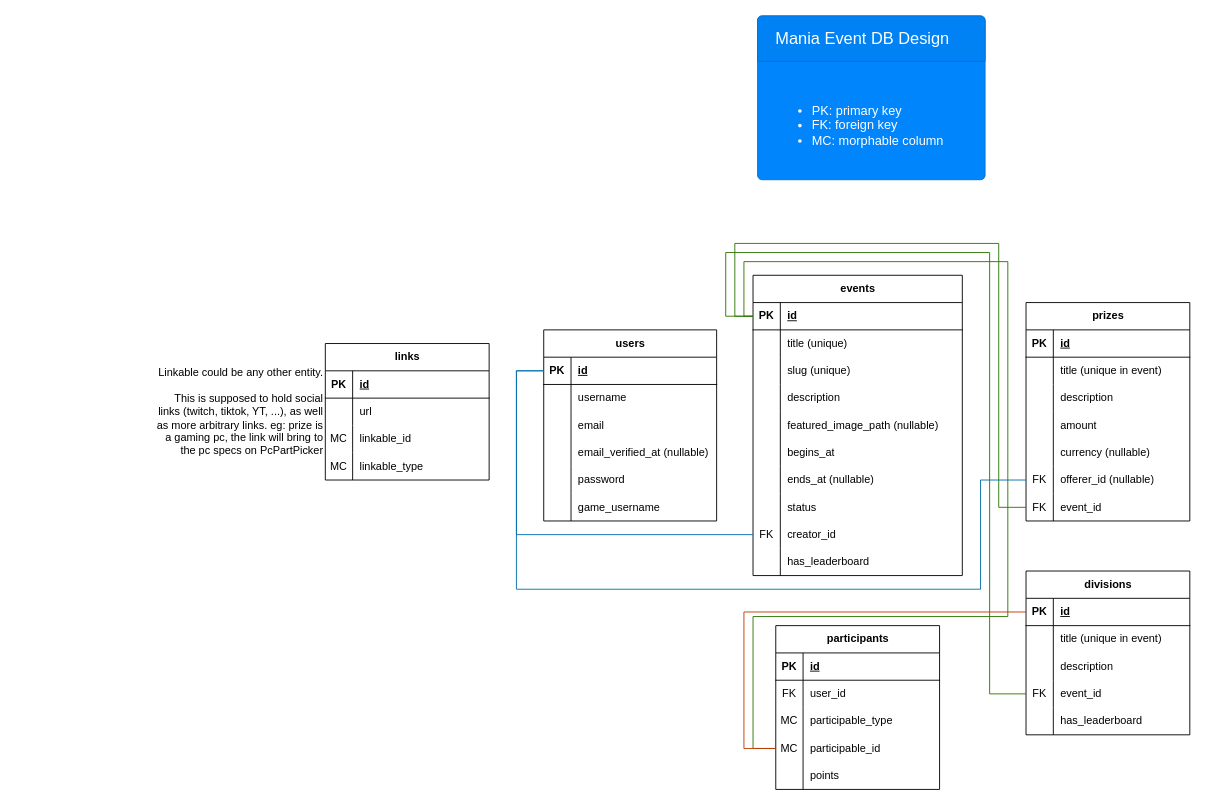
Earlier version of the draw.io diagram docs/db.drawio (Talpx1/ManiaEvents). Source tidied: cells renumbered, new cells numbered last; positions are measured from the earlier drawing's top-left corner, leaving out a move shared by most shapes. Both pictures are drawn from the tidied source at 91%, with x=0, y=0 at pixel (152, 15).
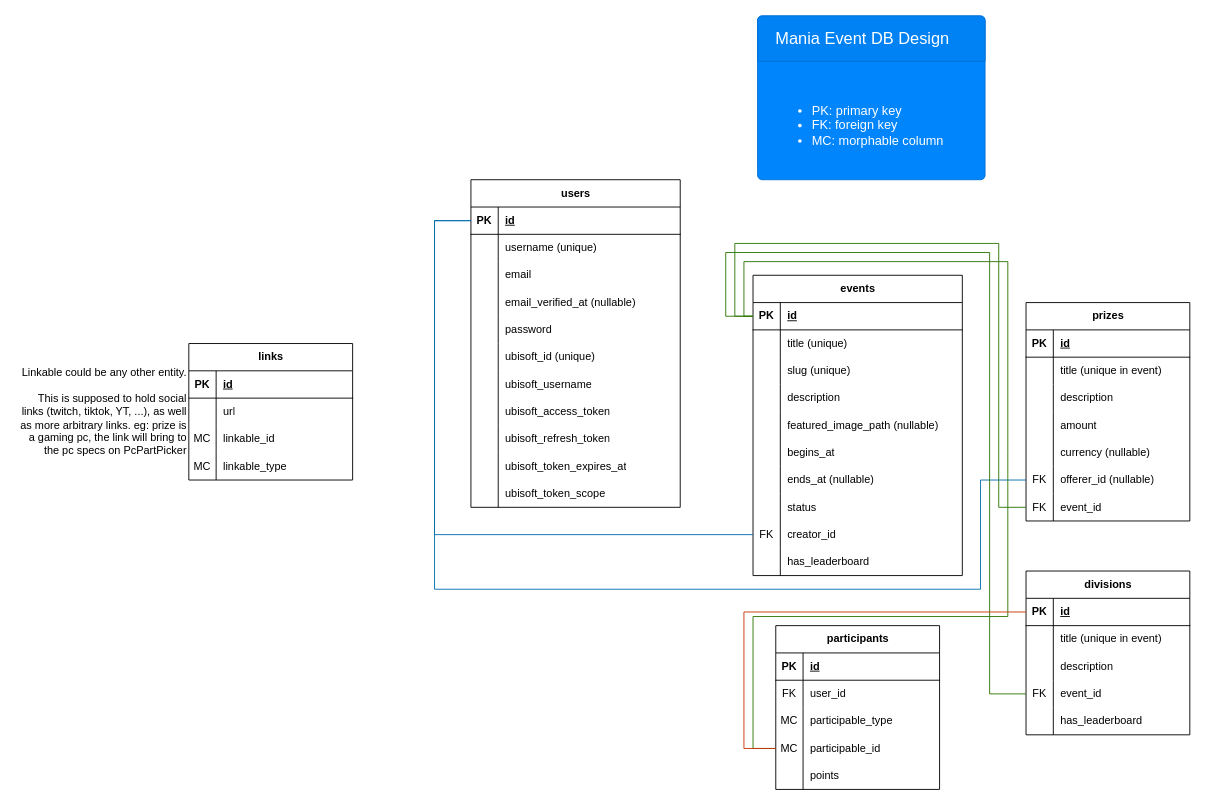
The same page after the edit.

Commit message:
docs: improved db design planning for future login with ubisoft

Unchanged cells that the change refers to:
```xml
<mxCell id="27" style="shape=tableRow;horizontal=0;startSize=0;swimlaneHead=0;swimlaneBody=0;fillColor=none;points=[[0,0.5],[1,0.5]];portConstraint=eastwest;top=0;left=0;right=0;bottom=0;" parent="2" vertex="1">
  <mxGeometry y="270" width="230" height="30" as="geometry" />
</mxCell>
<mxCell id="69" style="shape=tableRow;horizontal=0;startSize=0;swimlaneHead=0;swimlaneBody=0;fillColor=none;points=[[0,0.5],[1,0.5]];portConstraint=eastwest;top=0;left=0;right=0;bottom=0;" parent="53" vertex="1">
  <mxGeometry y="180" width="180" height="30" as="geometry" />
</mxCell>
```

The edit, as a diff of the source:
```diff
@@
     <mxCell id="33" value="users" style="shape=table;startSize=30;childLayout=tableLayout;rowLines=0;fontStyle=1;align=center;html=1;" parent="1" vertex="1">
-      <mxGeometry x="430" y="345" width="190" height="210" as="geometry" />
+      <mxGeometry x="350" y="180" width="230" height="360" as="geometry" />
     </mxCell>
     <mxCell id="34" style="shape=tableRow;horizontal=0;startSize=0;swimlaneHead=0;swimlaneBody=0;fillColor=none;points=[[0,0.5],[1,0.5]];portConstraint=eastwest;top=0;left=0;right=0;bottom=1;" parent="33" vertex="1">
-      <mxGeometry y="30" width="190" height="30" as="geometry" />
+      <mxGeometry y="30" width="230" height="30" as="geometry" />
     </mxCell>
@@
     <mxCell id="36" value="id" style="shape=partialRectangle;fillColor=none;top=0;left=0;bottom=0;right=0;align=left;spacingLeft=6;fontStyle=5;overflow=hidden;whiteSpace=wrap;html=1;" parent="34" vertex="1">
-      <mxGeometry x="30" width="160" height="30" as="geometry" />
+      <mxGeometry x="30" width="200" height="30" as="geometry" />
     </mxCell>
     <mxCell id="37" style="shape=tableRow;horizontal=0;startSize=0;swimlaneHead=0;swimlaneBody=0;fillColor=none;top=0;left=0;right=0;bottom=0;" parent="33" vertex="1">
-      <mxGeometry y="60" width="190" height="30" as="geometry" />
+      <mxGeometry y="60" width="230" height="30" as="geometry" />
     </mxCell>
@@
-    <mxCell id="39" value="username" style="shape=partialRectangle;fillColor=none;top=0;left=0;bottom=0;right=0;align=left;spacingLeft=6;overflow=hidden;whiteSpace=wrap;html=1;" parent="37" vertex="1">
-      <mxGeometry x="30" width="160" height="30" as="geometry" />
+    <mxCell id="39" value="username (unique)" style="shape=partialRectangle;fillColor=none;top=0;left=0;bottom=0;right=0;align=left;spacingLeft=6;overflow=hidden;whiteSpace=wrap;html=1;" parent="37" vertex="1">
+      <mxGeometry x="30" width="200" height="30" as="geometry" />
     </mxCell>
     <mxCell id="40" style="shape=tableRow;horizontal=0;startSize=0;swimlaneHead=0;swimlaneBody=0;fillColor=none;top=0;left=0;right=0;bottom=0;" parent="33" vertex="1">
-      <mxGeometry y="90" width="190" height="30" as="geometry" />
+      <mxGeometry y="90" width="230" height="30" as="geometry" />
     </mxCell>
@@
     <mxCell id="42" value="email" style="shape=partialRectangle;fillColor=none;top=0;left=0;bottom=0;right=0;align=left;spacingLeft=6;overflow=hidden;whiteSpace=wrap;html=1;" parent="40" vertex="1">
-      <mxGeometry x="30" width="160" height="30" as="geometry" />
+      <mxGeometry x="30" width="200" height="30" as="geometry" />
     </mxCell>
     <mxCell id="43" style="shape=tableRow;horizontal=0;startSize=0;swimlaneHead=0;swimlaneBody=0;fillColor=none;top=0;left=0;right=0;bottom=0;" parent="33" vertex="1">
-      <mxGeometry y="120" width="190" height="30" as="geometry" />
+      <mxGeometry y="120" width="230" height="30" as="geometry" />
     </mxCell>
@@
     <mxCell id="45" value="email_verified_at (nullable)" style="shape=partialRectangle;fillColor=none;top=0;left=0;bottom=0;right=0;align=left;spacingLeft=6;overflow=hidden;whiteSpace=wrap;html=1;" parent="43" vertex="1">
-      <mxGeometry x="30" width="160" height="30" as="geometry" />
+      <mxGeometry x="30" width="200" height="30" as="geometry" />
     </mxCell>
     <mxCell id="46" style="shape=tableRow;horizontal=0;startSize=0;swimlaneHead=0;swimlaneBody=0;fillColor=none;top=0;left=0;right=0;bottom=0;" parent="33" vertex="1">
-      <mxGeometry y="150" width="190" height="30" as="geometry" />
+      <mxGeometry y="150" width="230" height="30" as="geometry" />
     </mxCell>
@@
     <mxCell id="48" value="password" style="shape=partialRectangle;fillColor=none;top=0;left=0;bottom=0;right=0;align=left;spacingLeft=6;overflow=hidden;whiteSpace=wrap;html=1;" parent="46" vertex="1">
-      <mxGeometry x="30" width="160" height="30" as="geometry" />
+      <mxGeometry x="30" width="200" height="30" as="geometry" />
     </mxCell>
     <mxCell id="49" style="shape=tableRow;horizontal=0;startSize=0;swimlaneHead=0;swimlaneBody=0;fillColor=none;top=0;left=0;right=0;bottom=0;" parent="33" vertex="1">
-      <mxGeometry y="180" width="190" height="30" as="geometry" />
+      <mxGeometry y="180" width="230" height="30" as="geometry" />
     </mxCell>
@@
-    <mxCell id="51" value="game_username" style="shape=partialRectangle;fillColor=none;top=0;left=0;bottom=0;right=0;align=left;spacingLeft=6;overflow=hidden;whiteSpace=wrap;html=1;" parent="49" vertex="1">
-      <mxGeometry x="30" width="160" height="30" as="geometry" />
+    <mxCell id="51" value="ubisoft_id (unique)" style="shape=partialRectangle;fillColor=none;top=0;left=0;bottom=0;right=0;align=left;spacingLeft=6;overflow=hidden;whiteSpace=wrap;html=1;" parent="49" vertex="1">
+      <mxGeometry x="30" width="200" height="30" as="geometry" />
     </mxCell>
+    <mxCell id="128" style="shape=tableRow;horizontal=0;startSize=0;swimlaneHead=0;swimlaneBody=0;fillColor=none;top=0;left=0;right=0;bottom=0;" parent="33" vertex="1">
+      <mxGeometry y="210" width="230" height="30" as="geometry" />
+    </mxCell>
+    <mxCell id="129" style="shape=partialRectangle;fillColor=none;top=0;left=0;bottom=0;right=0;overflow=hidden;whiteSpace=wrap;html=1;" parent="128" vertex="1">
+      <mxGeometry width="30" height="30" as="geometry" />
+    </mxCell>
+    <mxCell id="130" value="ubisoft_username" style="shape=partialRectangle;fillColor=none;top=0;left=0;bottom=0;right=0;align=left;spacingLeft=6;overflow=hidden;whiteSpace=wrap;html=1;" parent="128" vertex="1">
+      <mxGeometry x="30" width="200" height="30" as="geometry" />
+    </mxCell>
+    <mxCell id="131" style="shape=tableRow;horizontal=0;startSize=0;swimlaneHead=0;swimlaneBody=0;fillColor=none;top=0;left=0;right=0;bottom=0;" parent="33" vertex="1">
+      <mxGeometry y="240" width="230" height="30" as="geometry" />
+    </mxCell>
+    <mxCell id="132" style="shape=partialRectangle;fillColor=none;top=0;left=0;bottom=0;right=0;overflow=hidden;whiteSpace=wrap;html=1;" parent="131" vertex="1">
+      <mxGeometry width="30" height="30" as="geometry" />
+    </mxCell>
+    <mxCell id="133" value="ubisoft_access_token" style="shape=partialRectangle;fillColor=none;top=0;left=0;bottom=0;right=0;align=left;spacingLeft=6;overflow=hidden;whiteSpace=wrap;html=1;" parent="131" vertex="1">
+      <mxGeometry x="30" width="200" height="30" as="geometry" />
+    </mxCell>
+    <mxCell id="134" style="shape=tableRow;horizontal=0;startSize=0;swimlaneHead=0;swimlaneBody=0;fillColor=none;top=0;left=0;right=0;bottom=0;" parent="33" vertex="1">
+      <mxGeometry y="270" width="230" height="30" as="geometry" />
+    </mxCell>
+    <mxCell id="135" style="shape=partialRectangle;fillColor=none;top=0;left=0;bottom=0;right=0;overflow=hidden;whiteSpace=wrap;html=1;" parent="134" vertex="1">
+      <mxGeometry width="30" height="30" as="geometry" />
+    </mxCell>
+    <mxCell id="136" value="ubisoft_refresh_token" style="shape=partialRectangle;fillColor=none;top=0;left=0;bottom=0;right=0;align=left;spacingLeft=6;overflow=hidden;whiteSpace=wrap;html=1;" parent="134" vertex="1">
+      <mxGeometry x="30" width="200" height="30" as="geometry" />
+    </mxCell>
+    <mxCell id="137" style="shape=tableRow;horizontal=0;startSize=0;swimlaneHead=0;swimlaneBody=0;fillColor=none;top=0;left=0;right=0;bottom=0;" parent="33" vertex="1">
+      <mxGeometry y="300" width="230" height="30" as="geometry" />
+    </mxCell>
+    <mxCell id="138" style="shape=partialRectangle;fillColor=none;top=0;left=0;bottom=0;right=0;overflow=hidden;whiteSpace=wrap;html=1;" parent="137" vertex="1">
+      <mxGeometry width="30" height="30" as="geometry" />
+    </mxCell>
+    <mxCell id="139" value="ubisoft_token_expires_at" style="shape=partialRectangle;fillColor=none;top=0;left=0;bottom=0;right=0;align=left;spacingLeft=6;overflow=hidden;whiteSpace=wrap;html=1;" parent="137" vertex="1">
+      <mxGeometry x="30" width="200" height="30" as="geometry" />
+    </mxCell>
+    <mxCell id="140" style="shape=tableRow;horizontal=0;startSize=0;swimlaneHead=0;swimlaneBody=0;fillColor=none;top=0;left=0;right=0;bottom=0;" parent="33" vertex="1">
+      <mxGeometry y="330" width="230" height="30" as="geometry" />
+    </mxCell>
+    <mxCell id="141" style="shape=partialRectangle;fillColor=none;top=0;left=0;bottom=0;right=0;overflow=hidden;whiteSpace=wrap;html=1;" parent="140" vertex="1">
+      <mxGeometry width="30" height="30" as="geometry" />
+    </mxCell>
+    <mxCell id="142" value="ubisoft_token_scope" style="shape=partialRectangle;fillColor=none;top=0;left=0;bottom=0;right=0;align=left;spacingLeft=6;overflow=hidden;whiteSpace=wrap;html=1;" parent="140" vertex="1">
+      <mxGeometry x="30" width="200" height="30" as="geometry" />
+    </mxCell>
     <mxCell id="52" style="endArrow=none;html=1;rounded=0;entryX=0;entryY=0.5;entryDx=0;entryDy=0;exitX=0;exitY=0.5;exitDx=0;exitDy=0;fillColor=#1ba1e2;strokeColor=#006EAF;" parent="1" edge="1" source="34" target="27">
       <mxGeometry relative="1" as="geometry">
         <Array as="points">
-          <mxPoint x="400" y="390" />
-          <mxPoint x="400" y="570" />
+          <mxPoint x="310" y="225" />
+          <mxPoint x="310" y="570" />
         </Array>
       </mxGeometry>
     </mxCell>
@@
     <mxCell id="76" style="endArrow=none;html=1;rounded=0;entryX=0;entryY=0.5;entryDx=0;entryDy=0;exitX=0;exitY=0.5;exitDx=0;exitDy=0;fillColor=#1ba1e2;strokeColor=#006EAF;" parent="1" edge="1" source="34" target="69">
       <mxGeometry relative="1" as="geometry">
         <Array as="points">
-          <mxPoint x="400" y="390" />
-          <mxPoint x="400" y="630" />
+          <mxPoint x="310" y="225" />
+          <mxPoint x="310" y="630" />
           <mxPoint x="910" y="630" />
           <mxPoint x="910" y="510" />
         </Array>
       </mxGeometry>
     </mxCell>
@@
     <mxCell id="114" value="links" style="shape=table;startSize=30;childLayout=tableLayout;rowLines=0;fontStyle=1;align=center;html=1;" parent="1" vertex="1">
-      <mxGeometry x="190" y="360" width="180" height="150" as="geometry" />
+      <mxGeometry x="40" y="360" width="180" height="150" as="geometry" />
     </mxCell>
@@
     <mxCell id="127" value="&lt;font style=&quot;color: light-dark(rgb(0, 0, 0), rgb(255, 255, 255));&quot;&gt;Linkable could be any other entity.&lt;/font&gt;&lt;div&gt;&lt;font style=&quot;color: light-dark(rgb(0, 0, 0), rgb(255, 255, 255));&quot;&gt;&lt;br&gt;&lt;/font&gt;&lt;/div&gt;&lt;div&gt;&lt;font style=&quot;color: light-dark(rgb(0, 0, 0), rgb(255, 255, 255));&quot;&gt;This is supposed to hold social links (twitch, tiktok, YT, ...), as well as more arbitrary links. eg: prize is a gaming pc, the link will bring to the pc specs on PcPartPicker&lt;/font&gt;&lt;/div&gt;" style="text;html=1;align=right;verticalAlign=middle;whiteSpace=wrap;rounded=0;" parent="1" vertex="1">
-      <mxGeometry y="360" width="190" height="150" as="geometry" />
+      <mxGeometry x="-150" y="360" width="190" height="150" as="geometry" />
     </mxCell>
```
